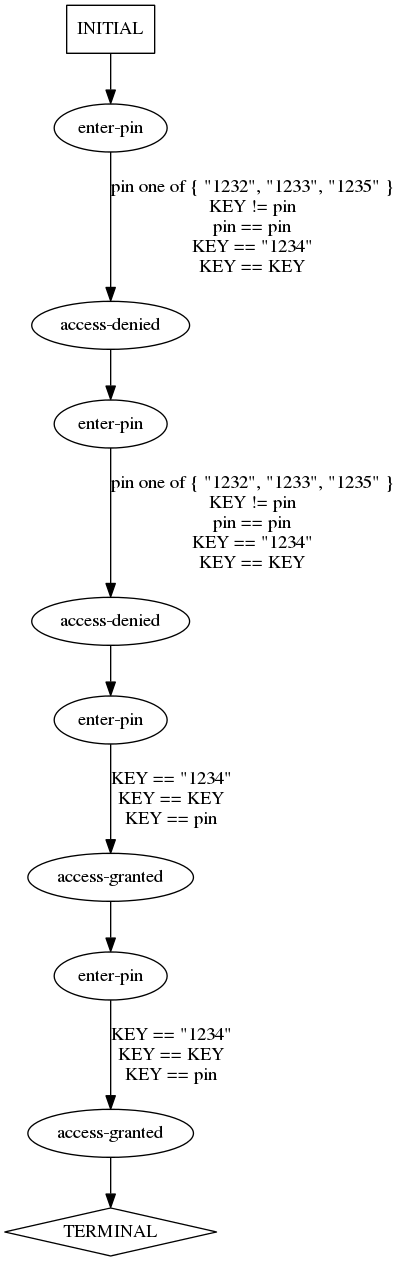
Before: traces/abstract/verify-pin/predicted-paths/verify-pin-test3.dot.png, a diagram exported from Graphviz (ModelInference/synoptic). Its source is kept beside it as traces/abstract/verify-pin/predicted-paths/verify-pin-test3.dot.
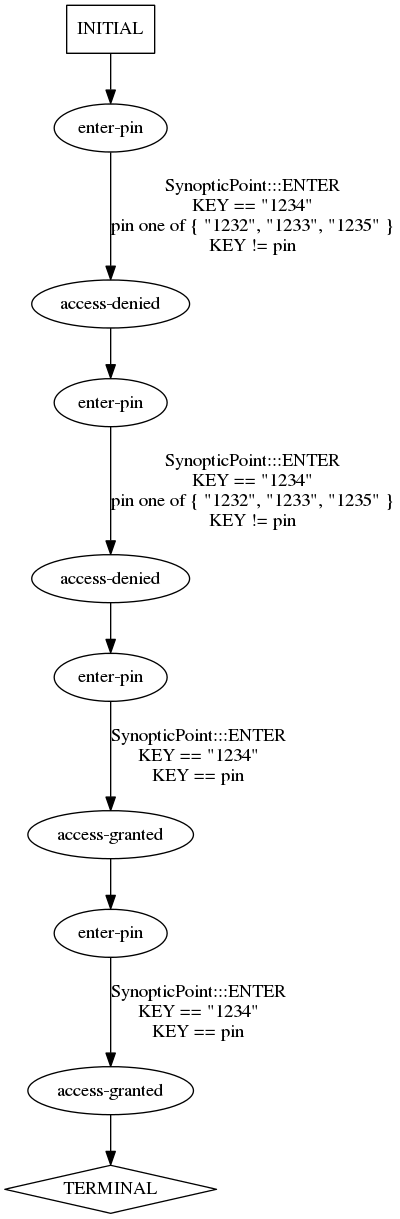
Later version of the same file.

Change to the diagram source:
```diff
@@ -13,9 +13,9 @@
 1->6 [label="",];
 2->7 [label="",];
 3->8 [label="",];
-4->0 [label="pin one of { \"1232\", \"1233\", \"1235\" }\nKEY != pin\npin == pin\nKEY == \"1234\"\nKEY == KEY",];
-5->1 [label="pin one of { \"1232\", \"1233\", \"1235\" }\nKEY != pin\npin == pin\nKEY == \"1234\"\nKEY == KEY",];
-6->2 [label="KEY == \"1234\"\nKEY == KEY\nKEY == pin",];
-7->3 [label="KEY == \"1234\"\nKEY == KEY\nKEY == pin",];
+4->0 [label="SynopticPoint:::ENTER\nKEY == \"1234\"\npin one of { \"1232\", \"1233\", \"1235\" }\nKEY != pin\n",];
+5->1 [label="SynopticPoint:::ENTER\nKEY == \"1234\"\npin one of { \"1232\", \"1233\", \"1235\" }\nKEY != pin\n",];
+6->2 [label="SynopticPoint:::ENTER\nKEY == \"1234\"\nKEY == pin\n",];
+7->3 [label="SynopticPoint:::ENTER\nKEY == \"1234\"\nKEY == pin\n",];
 9->4 [label="",];
 } // digraph {
```
